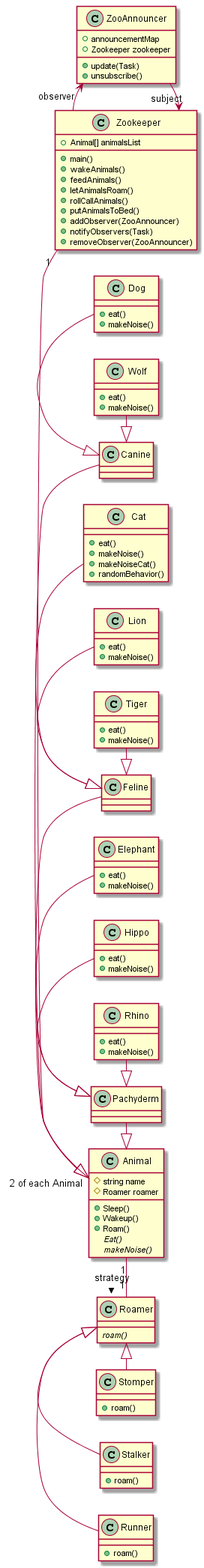
Above: Q2/Q2-With-Observer.png in AbhiniveshP/OOAD-Project-2 (PlantUML), before the change.
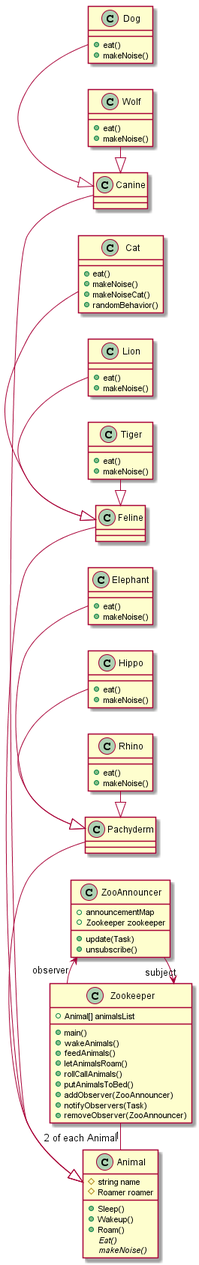
After the change.

What changed in the source:
```diff
@@ -1,11 +1,7 @@
-@startuml Q2-With-Strategy
+@startuml Q2-With-Observer
 left to right direction
 
 Zookeeper "1" - "2 of each Animal" Animal
-Animal "1" - "1" Roamer : strategy >
-Runner -up|> Roamer
-Stalker -up|> Roamer
-Stomper -up|> Roamer
 
 Zookeeper : {field} +Animal[] animalsList
 Zookeeper : +main()
@@ -34,15 +30,9 @@
 Animal : {abstract} Eat()
 Animal : {abstract} makeNoise()
 
-Roamer : {abstract} roam()
-
-Runner : +roam()
-Stalker : +roam()
-Stomper : +roam()
-
-Canine -down|> Animal
-Feline -down|> Animal
-Pachyderm -down|> Animal
+Canine -|> Animal
+Feline -|> Animal
+Pachyderm -|> Animal
 
 Dog -|> Canine
 Wolf -|> Canine
```
